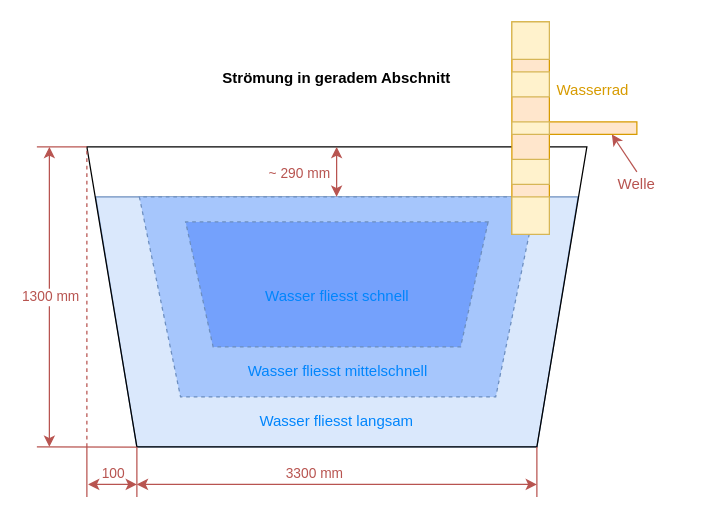
Earlier version of the draw.io diagram page "Bachbett" (1 of 4) of src/draw.io/2d_drawings.drawio (philippbruhin/wasserrad). Source tidied: cells renumbered, new cells numbered last; positions are measured from the earlier drawing's top-left corner, leaving out a move shared by most shapes. Both pictures are drawn from the tidied source at 125%, with x=0, y=0 at pixel (36, 21).
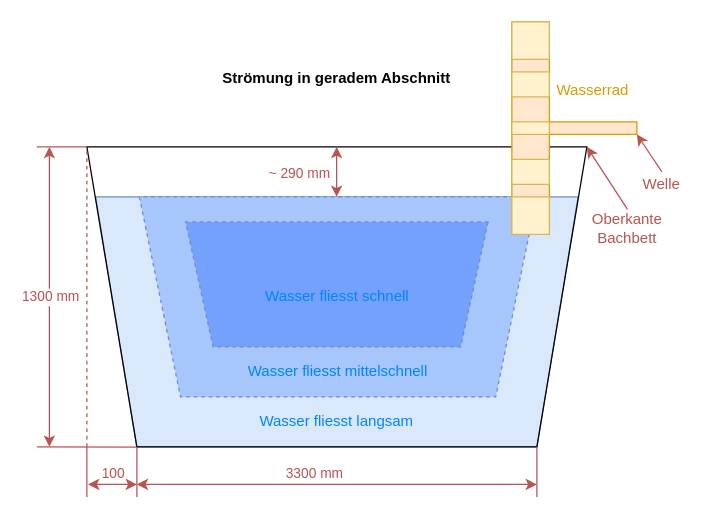
After the change.

Unchanged cells that the change refers to:
```xml
<mxCell id="5" style="shape=trapezoid;perimeter=trapezoidPerimeter;whiteSpace=wrap;html=1;fixedSize=1;rotation=-180;size=40;fillColor=none;" parent="1" vertex="1">
  <mxGeometry x="40" y="100" width="400" height="240" as="geometry" />
</mxCell>
<mxCell id="12" style="rounded=0;whiteSpace=wrap;html=1;fillColor=#ffe6cc;strokeColor=#d79b00;" parent="1" vertex="1">
  <mxGeometry x="410" y="80" width="70" height="10" as="geometry" />
</mxCell>
```

The edit, as a diff of the source:
```diff
@@
     <mxCell id="10" value="&lt;font color=&quot;#b85450&quot;&gt;Welle&lt;/font&gt;" style="text;html=1;strokeColor=none;fillColor=none;align=center;verticalAlign=middle;whiteSpace=wrap;rounded=0;" parent="1" vertex="1">
-      <mxGeometry x="450" y="120" width="60" height="20" as="geometry" />
+      <mxGeometry x="480" y="120" width="40" height="20" as="geometry" />
     </mxCell>
@@
-    <mxCell id="19" style="endArrow=classic;html=1;rounded=0;fontColor=#B85450;fillColor=#f8cecc;strokeColor=#b85450;" parent="1" edge="1">
-      <mxGeometry relative="1" as="geometry">
-        <mxPoint x="480" y="120" as="sourcePoint" />
-        <mxPoint x="460" y="90" as="targetPoint" />
-      </mxGeometry>
+    <mxCell id="19" style="endArrow=classic;html=1;rounded=0;fontColor=#B85450;fillColor=#f8cecc;strokeColor=#b85450;entryX=1;entryY=1;entryDx=0;entryDy=0;exitX=0.5;exitY=0;exitDx=0;exitDy=0;" parent="1" edge="1" source="10" target="12">
+      <mxGeometry relative="1" as="geometry" />
     </mxCell>
@@
+    <mxCell id="35" value="&lt;font color=&quot;#b85450&quot;&gt;Oberkante Bachbett&lt;/font&gt;" style="text;html=1;strokeColor=none;fillColor=none;align=center;verticalAlign=middle;whiteSpace=wrap;rounded=0;" parent="1" vertex="1">
+      <mxGeometry x="440" y="150" width="65" height="30" as="geometry" />
+    </mxCell>
+    <mxCell id="36" style="endArrow=classic;html=1;rounded=0;fontColor=#B85450;fillColor=#f8cecc;strokeColor=#b85450;entryX=0;entryY=1;entryDx=0;entryDy=0;exitX=0.5;exitY=0;exitDx=0;exitDy=0;" parent="1" edge="1" source="35" target="5">
+      <mxGeometry relative="1" as="geometry" />
+    </mxCell>
```
